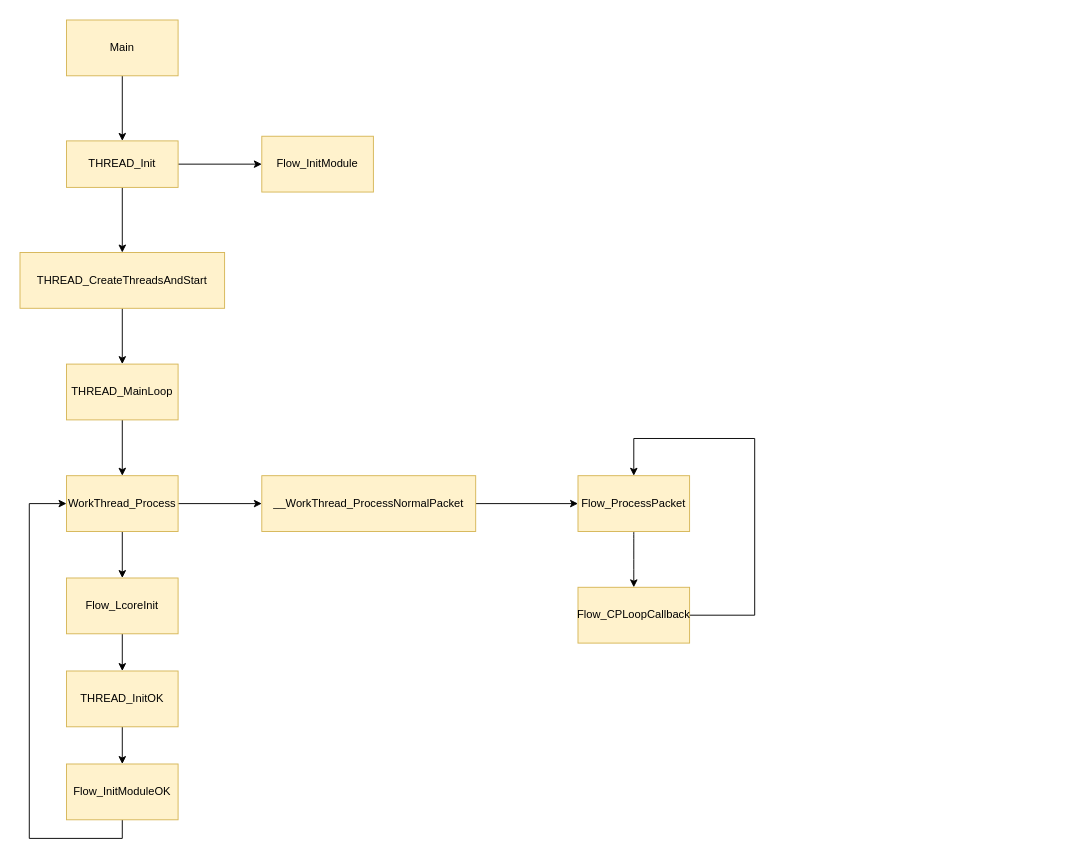
The draw.io diagram 7.20.drawio in sugarbliss/work-1.1, before the edit. Source tidied: cells renumbered, new cells numbered last; positions are measured from the earlier drawing's top-left corner, leaving out a move shared by most shapes. Both pictures are drawn from the tidied source at 93%, with x=0, y=0 at pixel (20, 20).
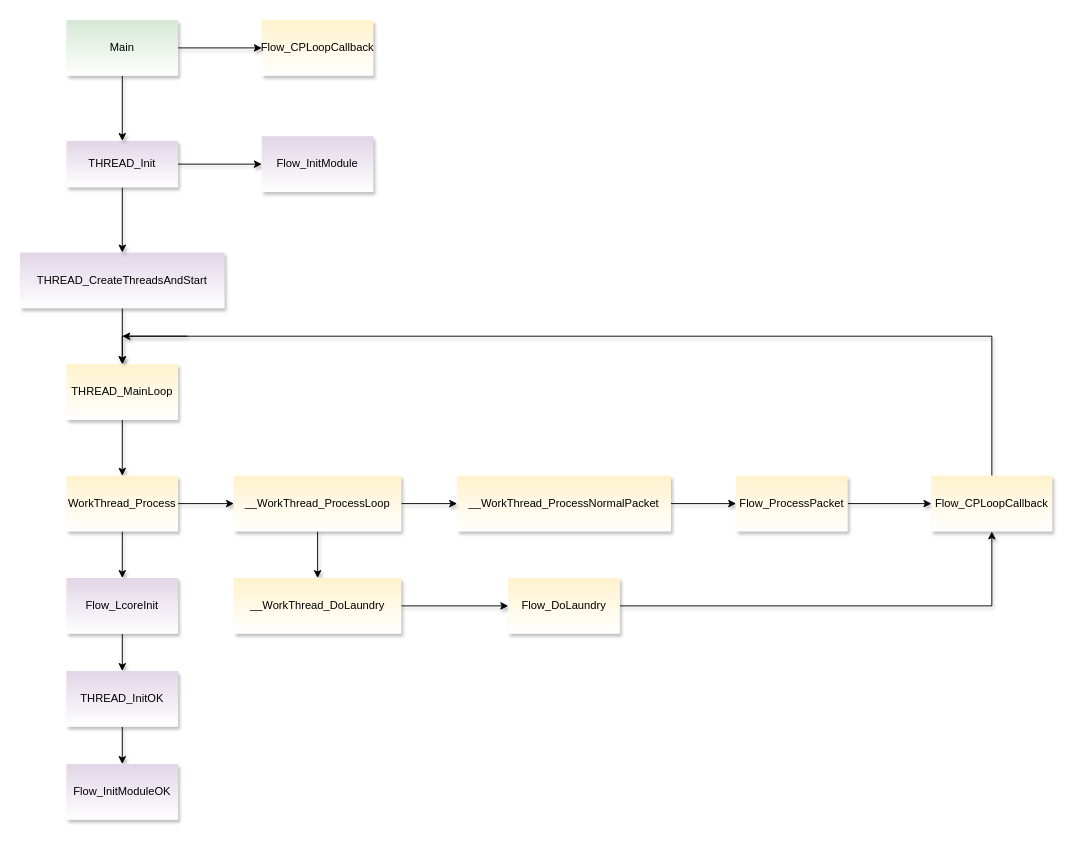
Above is the later version.

Change to the diagram source:
```diff
@@
-    <mxCell id="2" style="edgeStyle=orthogonalEdgeStyle;rounded=0;jettySize=auto;html=1;exitX=0.5;exitY=1;exitDx=0;exitDy=0;" parent="1" edge="1" source="3" target="9">
+    <mxCell id="2" style="edgeStyle=orthogonalEdgeStyle;rounded=0;jettySize=auto;html=1;exitX=0.5;exitY=1;exitDx=0;exitDy=0;sketch=0;shadow=1;" parent="1" edge="1" source="3" target="9">
       <mxGeometry relative="1" as="geometry" />
     </mxCell>
-    <mxCell id="3" value="THREAD_CreateThreadsAndStart" style="rounded=0;whiteSpace=wrap;html=1;fillColor=#fff2cc;strokeColor=#d6b656;" parent="1" vertex="1">
+    <mxCell id="3" value="THREAD_CreateThreadsAndStart" style="rounded=0;whiteSpace=wrap;html=1;fillColor=#e1d5e7;sketch=0;shadow=1;strokeColor=none;gradientColor=#ffffff;" parent="1" vertex="1">
       <mxGeometry y="250" width="220" height="60" as="geometry" />
     </mxCell>
-    <mxCell id="4" style="edgeStyle=orthogonalEdgeStyle;rounded=0;jettySize=auto;html=1;exitX=1;exitY=0.5;exitDx=0;exitDy=0;entryX=0;entryY=0.5;entryDx=0;entryDy=0;" parent="1" edge="1" source="6" target="7">
+    <mxCell id="4" style="edgeStyle=orthogonalEdgeStyle;rounded=0;jettySize=auto;html=1;exitX=1;exitY=0.5;exitDx=0;exitDy=0;entryX=0;entryY=0.5;entryDx=0;entryDy=0;sketch=0;shadow=1;" parent="1" edge="1" source="6" target="7">
       <mxGeometry relative="1" as="geometry" />
     </mxCell>
-    <mxCell id="5" style="edgeStyle=orthogonalEdgeStyle;rounded=0;jettySize=auto;html=1;exitX=0.5;exitY=1;exitDx=0;exitDy=0;entryX=0.5;entryY=0;entryDx=0;entryDy=0;" parent="1" edge="1" source="6" target="3">
+    <mxCell id="5" style="edgeStyle=orthogonalEdgeStyle;rounded=0;jettySize=auto;html=1;exitX=0.5;exitY=1;exitDx=0;exitDy=0;entryX=0.5;entryY=0;entryDx=0;entryDy=0;sketch=0;shadow=1;" parent="1" edge="1" source="6" target="3">
       <mxGeometry relative="1" as="geometry" />
     </mxCell>
-    <mxCell id="6" value="THREAD_Init" style="rounded=0;whiteSpace=wrap;html=1;fillColor=#fff2cc;strokeColor=#d6b656;" parent="1" vertex="1">
+    <mxCell id="6" value="THREAD_Init" style="rounded=0;whiteSpace=wrap;html=1;fillColor=#e1d5e7;sketch=0;shadow=1;strokeColor=none;gradientColor=#ffffff;" parent="1" vertex="1">
       <mxGeometry x="50" y="130" width="120" height="50" as="geometry" />
     </mxCell>
-    <mxCell id="7" value="Flow_InitModule" style="rounded=0;whiteSpace=wrap;html=1;fillColor=#fff2cc;strokeColor=#d6b656;" parent="1" vertex="1">
+    <mxCell id="7" value="Flow_InitModule" style="rounded=0;whiteSpace=wrap;html=1;fillColor=#e1d5e7;sketch=0;shadow=1;strokeColor=none;gradientColor=#ffffff;" parent="1" vertex="1">
       <mxGeometry x="260" y="125" width="120" height="60" as="geometry" />
     </mxCell>
-    <mxCell id="8" style="edgeStyle=orthogonalEdgeStyle;rounded=0;jettySize=auto;html=1;exitX=0.5;exitY=1;exitDx=0;exitDy=0;" parent="1" edge="1" source="9" target="12">
+    <mxCell id="8" style="edgeStyle=orthogonalEdgeStyle;rounded=0;jettySize=auto;html=1;exitX=0.5;exitY=1;exitDx=0;exitDy=0;sketch=0;shadow=1;" parent="1" edge="1" source="9" target="12">
       <mxGeometry relative="1" as="geometry" />
     </mxCell>
-    <mxCell id="9" value="THREAD_MainLoop" style="rounded=0;whiteSpace=wrap;html=1;fillColor=#fff2cc;strokeColor=#d6b656;" parent="1" vertex="1">
+    <mxCell id="9" value="THREAD_MainLoop" style="rounded=0;whiteSpace=wrap;html=1;fillColor=#fff2cc;sketch=0;shadow=1;strokeColor=none;gradientColor=#ffffff;" parent="1" vertex="1">
       <mxGeometry x="50" y="370" width="120" height="60" as="geometry" />
     </mxCell>
-    <mxCell id="10" style="edgeStyle=orthogonalEdgeStyle;rounded=0;jettySize=auto;html=1;exitX=0.5;exitY=1;exitDx=0;exitDy=0;" parent="1" edge="1" source="12" target="14">
+    <mxCell id="10" style="edgeStyle=orthogonalEdgeStyle;rounded=0;jettySize=auto;html=1;exitX=0.5;exitY=1;exitDx=0;exitDy=0;sketch=0;shadow=1;" parent="1" edge="1" source="12" target="14">
       <mxGeometry relative="1" as="geometry" />
     </mxCell>
-    <mxCell id="11" style="edgeStyle=orthogonalEdgeStyle;rounded=0;jettySize=auto;html=1;exitX=1;exitY=0.5;exitDx=0;exitDy=0;entryX=0;entryY=0.5;entryDx=0;entryDy=0;" parent="1" edge="1" source="12" target="24">
-      <mxGeometry relative="1" as="geometry" />
-    </mxCell>
+    <mxCell id="27" style="edgeStyle=orthogonalEdgeStyle;rounded=0;jettySize=auto;html=1;exitX=1;exitY=0.5;exitDx=0;exitDy=0;entryX=0;entryY=0.5;entryDx=0;entryDy=0;sketch=0;shadow=1;" parent="1" edge="1" source="12" target="33">
+      <mxGeometry relative="1" as="geometry" />
+    </mxCell>
-    <mxCell id="12" value="WorkThread_Process" style="rounded=0;whiteSpace=wrap;html=1;fillColor=#fff2cc;strokeColor=#d6b656;" parent="1" vertex="1">
+    <mxCell id="12" value="WorkThread_Process" style="rounded=0;whiteSpace=wrap;html=1;fillColor=#fff2cc;sketch=0;shadow=1;strokeColor=none;gradientColor=#ffffff;" parent="1" vertex="1">
       <mxGeometry x="50" y="490" width="120" height="60" as="geometry" />
     </mxCell>
-    <mxCell id="13" style="edgeStyle=orthogonalEdgeStyle;rounded=0;jettySize=auto;html=1;exitX=0.5;exitY=1;exitDx=0;exitDy=0;entryX=0.5;entryY=0;entryDx=0;entryDy=0;" parent="1" edge="1" source="14" target="16">
+    <mxCell id="13" style="edgeStyle=orthogonalEdgeStyle;rounded=0;jettySize=auto;html=1;exitX=0.5;exitY=1;exitDx=0;exitDy=0;entryX=0.5;entryY=0;entryDx=0;entryDy=0;sketch=0;shadow=1;" parent="1" edge="1" source="14" target="16">
       <mxGeometry relative="1" as="geometry" />
     </mxCell>
-    <mxCell id="14" value="Flow_LcoreInit" style="rounded=0;whiteSpace=wrap;html=1;fillColor=#fff2cc;strokeColor=#d6b656;" parent="1" vertex="1">
+    <mxCell id="14" value="Flow_LcoreInit" style="rounded=0;whiteSpace=wrap;html=1;fillColor=#e1d5e7;sketch=0;shadow=1;strokeColor=none;gradientColor=#ffffff;" parent="1" vertex="1">
       <mxGeometry x="50" y="600" width="120" height="60" as="geometry" />
     </mxCell>
-    <mxCell id="15" style="edgeStyle=orthogonalEdgeStyle;rounded=0;jettySize=auto;html=1;exitX=0.5;exitY=1;exitDx=0;exitDy=0;" parent="1" edge="1" source="16" target="18">
+    <mxCell id="15" style="edgeStyle=orthogonalEdgeStyle;rounded=0;jettySize=auto;html=1;exitX=0.5;exitY=1;exitDx=0;exitDy=0;sketch=0;shadow=1;" parent="1" edge="1" source="16" target="18">
       <mxGeometry relative="1" as="geometry" />
     </mxCell>
-    <mxCell id="16" value="THREAD_InitOK" style="rounded=0;whiteSpace=wrap;html=1;fillColor=#fff2cc;strokeColor=#d6b656;" parent="1" vertex="1">
+    <mxCell id="16" value="THREAD_InitOK" style="rounded=0;whiteSpace=wrap;html=1;fillColor=#e1d5e7;sketch=0;shadow=1;strokeColor=none;gradientColor=#ffffff;" parent="1" vertex="1">
       <mxGeometry x="50" y="700" width="120" height="60" as="geometry" />
     </mxCell>
-    <mxCell id="17" style="edgeStyle=orthogonalEdgeStyle;rounded=0;jettySize=auto;html=1;exitX=0.5;exitY=1;exitDx=0;exitDy=0;entryX=0;entryY=0.5;entryDx=0;entryDy=0;" parent="1" edge="1" source="18" target="12">
-      <mxGeometry relative="1" as="geometry">
-        <Array as="points">
-          <mxPoint x="110" y="880" />
-          <mxPoint x="10" y="880" />
-          <mxPoint x="10" y="520" />
-        </Array>
-      </mxGeometry>
-    </mxCell>
-    <mxCell id="18" value="Flow_InitModuleOK" style="rounded=0;whiteSpace=wrap;html=1;fillColor=#fff2cc;strokeColor=#d6b656;" parent="1" vertex="1">
+    <mxCell id="18" value="Flow_InitModuleOK" style="rounded=0;whiteSpace=wrap;html=1;fillColor=#e1d5e7;sketch=0;shadow=1;strokeColor=none;gradientColor=#ffffff;" parent="1" vertex="1">
       <mxGeometry x="50" y="800" width="120" height="60" as="geometry" />
     </mxCell>
-    <mxCell id="19" style="edgeStyle=orthogonalEdgeStyle;rounded=0;jettySize=auto;html=1;exitX=1;exitY=0.5;exitDx=0;exitDy=0;entryX=0.5;entryY=0;entryDx=0;entryDy=0;" parent="1" edge="1" source="20" target="26">
-      <mxGeometry relative="1" as="geometry">
-        <Array as="points">
-          <mxPoint x="790" y="640" />
-          <mxPoint x="790" y="450" />
-          <mxPoint x="660" y="450" />
-        </Array>
-      </mxGeometry>
-    </mxCell>
-    <mxCell id="20" value="Flow_CPLoopCallback" style="rounded=0;whiteSpace=wrap;html=1;fillColor=#fff2cc;strokeColor=#d6b656;" parent="1" vertex="1">
-      <mxGeometry x="600" y="610" width="120" height="60" as="geometry" />
+    <mxCell id="20" value="Flow_CPLoopCallback" style="rounded=0;whiteSpace=wrap;html=1;fillColor=#fff2cc;sketch=0;shadow=1;strokeColor=none;gradientColor=#ffffff;" parent="1" vertex="1">
+      <mxGeometry x="260" width="120" height="60" as="geometry" />
     </mxCell>
-    <mxCell id="21" style="edgeStyle=orthogonalEdgeStyle;rounded=0;jettySize=auto;html=1;exitX=0.5;exitY=1;exitDx=0;exitDy=0;entryX=0.5;entryY=0;entryDx=0;entryDy=0;" parent="1" edge="1" source="22" target="6">
+    <mxCell id="21" style="edgeStyle=orthogonalEdgeStyle;rounded=0;jettySize=auto;html=1;exitX=0.5;exitY=1;exitDx=0;exitDy=0;entryX=0.5;entryY=0;entryDx=0;entryDy=0;sketch=0;shadow=1;" parent="1" edge="1" source="22" target="6">
       <mxGeometry relative="1" as="geometry" />
     </mxCell>
+    <mxCell id="28" style="edgeStyle=orthogonalEdgeStyle;rounded=0;jettySize=auto;html=1;exitX=1;exitY=0.5;exitDx=0;exitDy=0;entryX=0;entryY=0.5;entryDx=0;entryDy=0;sketch=0;shadow=1;" parent="1" edge="1" source="22" target="20">
+      <mxGeometry relative="1" as="geometry" />
+    </mxCell>
-    <mxCell id="22" value="Main" style="rounded=0;whiteSpace=wrap;html=1;fillColor=#fff2cc;strokeColor=#d6b656;" parent="1" vertex="1">
+    <mxCell id="22" value="Main" style="rounded=0;whiteSpace=wrap;html=1;fillColor=#d5e8d4;sketch=0;shadow=1;strokeColor=none;gradientColor=#ffffff;" parent="1" vertex="1">
       <mxGeometry x="50" width="120" height="60" as="geometry" />
     </mxCell>
-    <mxCell id="23" style="edgeStyle=orthogonalEdgeStyle;rounded=0;jettySize=auto;html=1;exitX=1;exitY=0.5;exitDx=0;exitDy=0;" parent="1" edge="1" source="24" target="26">
+    <mxCell id="23" style="edgeStyle=orthogonalEdgeStyle;rounded=0;jettySize=auto;html=1;exitX=1;exitY=0.5;exitDx=0;exitDy=0;sketch=0;shadow=1;" parent="1" edge="1" source="24" target="26">
       <mxGeometry relative="1" as="geometry" />
     </mxCell>
-    <mxCell id="24" value="__WorkThread_ProcessNormalPacket" style="rounded=0;whiteSpace=wrap;html=1;fillColor=#fff2cc;strokeColor=#d6b656;" parent="1" vertex="1">
-      <mxGeometry x="260" y="490" width="230" height="60" as="geometry" />
+    <mxCell id="24" value="__WorkThread_ProcessNormalPacket" style="rounded=0;whiteSpace=wrap;html=1;fillColor=#fff2cc;sketch=0;shadow=1;strokeColor=none;gradientColor=#ffffff;" parent="1" vertex="1">
+      <mxGeometry x="470" y="490" width="230" height="60" as="geometry" />
     </mxCell>
-    <mxCell id="25" style="edgeStyle=orthogonalEdgeStyle;curved=1;rounded=0;jettySize=auto;html=1;exitX=0.5;exitY=1;exitDx=0;exitDy=0;" parent="1" edge="1" source="26" target="20">
-      <mxGeometry relative="1" as="geometry" />
-    </mxCell>
+    <mxCell id="29" style="edgeStyle=orthogonalEdgeStyle;rounded=0;jettySize=auto;html=1;exitX=1;exitY=0.5;exitDx=0;exitDy=0;sketch=0;shadow=1;" parent="1" edge="1" source="26" target="37">
+      <mxGeometry relative="1" as="geometry" />
+    </mxCell>
-    <mxCell id="26" value="Flow_ProcessPacket" style="rounded=0;whiteSpace=wrap;html=1;fillColor=#fff2cc;strokeColor=#d6b656;" parent="1" vertex="1">
-      <mxGeometry x="600" y="490" width="120" height="60" as="geometry" />
+    <mxCell id="26" value="Flow_ProcessPacket" style="rounded=0;whiteSpace=wrap;html=1;fillColor=#fff2cc;sketch=0;shadow=1;strokeColor=none;gradientColor=#ffffff;" parent="1" vertex="1">
+      <mxGeometry x="770" y="490" width="120" height="60" as="geometry" />
     </mxCell>
+    <mxCell id="30" style="endArrow=classic;html=1;sketch=0;shadow=1;" parent="1" edge="1">
+      <mxGeometry relative="1" as="geometry">
+        <mxPoint x="180" y="340" as="sourcePoint" />
+        <mxPoint x="110" y="340" as="targetPoint" />
+      </mxGeometry>
+    </mxCell>
+    <mxCell id="31" style="edgeStyle=orthogonalEdgeStyle;rounded=0;jettySize=auto;html=1;exitX=1;exitY=0.5;exitDx=0;exitDy=0;entryX=0;entryY=0.5;entryDx=0;entryDy=0;sketch=0;shadow=1;" parent="1" edge="1" source="33" target="24">
+      <mxGeometry relative="1" as="geometry" />
+    </mxCell>
+    <mxCell id="32" style="edgeStyle=orthogonalEdgeStyle;rounded=0;jettySize=auto;html=1;exitX=0.5;exitY=1;exitDx=0;exitDy=0;entryX=0.5;entryY=0;entryDx=0;entryDy=0;sketch=0;shadow=1;" parent="1" edge="1" source="33" target="35">
+      <mxGeometry relative="1" as="geometry" />
+    </mxCell>
+    <mxCell id="33" value="__WorkThread_ProcessLoop" style="rounded=0;whiteSpace=wrap;html=1;fillColor=#fff2cc;sketch=0;shadow=1;strokeColor=none;gradientColor=#ffffff;" parent="1" vertex="1">
+      <mxGeometry x="230" y="490" width="180" height="60" as="geometry" />
+    </mxCell>
+    <mxCell id="34" style="edgeStyle=orthogonalEdgeStyle;rounded=0;jettySize=auto;html=1;exitX=1;exitY=0.5;exitDx=0;exitDy=0;entryX=0;entryY=0.5;entryDx=0;entryDy=0;sketch=0;shadow=1;" parent="1" edge="1" source="35" target="39">
+      <mxGeometry relative="1" as="geometry" />
+    </mxCell>
+    <mxCell id="35" value="__WorkThread_DoLaundry" style="rounded=0;whiteSpace=wrap;html=1;fillColor=#fff2cc;sketch=0;shadow=1;strokeColor=none;gradientColor=#ffffff;" parent="1" vertex="1">
+      <mxGeometry x="230" y="600" width="180" height="60" as="geometry" />
+    </mxCell>
+    <mxCell id="36" style="edgeStyle=orthogonalEdgeStyle;rounded=0;jettySize=auto;html=1;exitX=0.5;exitY=0;exitDx=0;exitDy=0;entryX=0.5;entryY=0;entryDx=0;entryDy=0;sketch=0;shadow=1;" parent="1" edge="1" source="37" target="9">
+      <mxGeometry relative="1" as="geometry">
+        <Array as="points">
+          <mxPoint x="1045" y="340" />
+          <mxPoint x="110" y="340" />
+        </Array>
+      </mxGeometry>
+    </mxCell>
+    <mxCell id="37" value="Flow_CPLoopCallback" style="rounded=0;whiteSpace=wrap;html=1;fillColor=#fff2cc;sketch=0;shadow=1;strokeColor=none;gradientColor=#ffffff;" parent="1" vertex="1">
+      <mxGeometry x="980" y="490" width="130" height="60" as="geometry" />
+    </mxCell>
+    <mxCell id="38" style="edgeStyle=orthogonalEdgeStyle;rounded=0;jettySize=auto;html=1;exitX=1;exitY=0.5;exitDx=0;exitDy=0;entryX=0.5;entryY=1;entryDx=0;entryDy=0;sketch=0;shadow=1;" parent="1" edge="1" source="39" target="37">
+      <mxGeometry relative="1" as="geometry" />
+    </mxCell>
+    <mxCell id="39" value="Flow_DoLaundry" style="rounded=0;whiteSpace=wrap;html=1;fillColor=#fff2cc;sketch=0;shadow=1;strokeColor=none;gradientColor=#ffffff;" parent="1" vertex="1">
+      <mxGeometry x="525" y="600" width="120" height="60" as="geometry" />
+    </mxCell>
```
